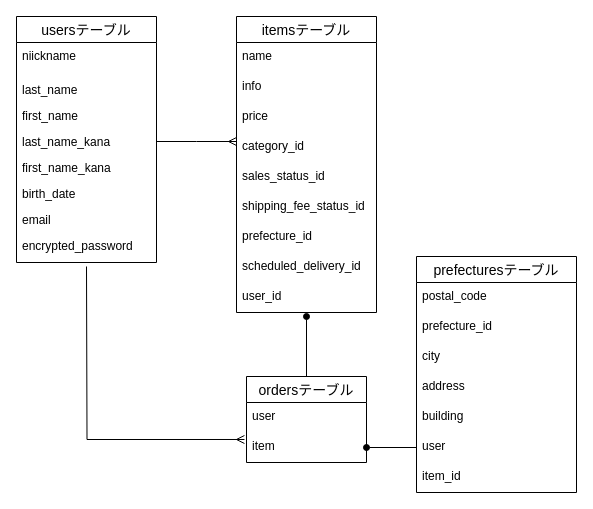
kim-shun/furima-35524 keeps this draw.io diagram as furima.dio. Above is the earlier version. Source tidied: cells renumbered, new cells numbered last; positions are measured from the earlier drawing's top-left corner, leaving out a move shared by most shapes. Both pictures are drawn from the tidied source at 100%, with x=0, y=0 at pixel (16, 16).
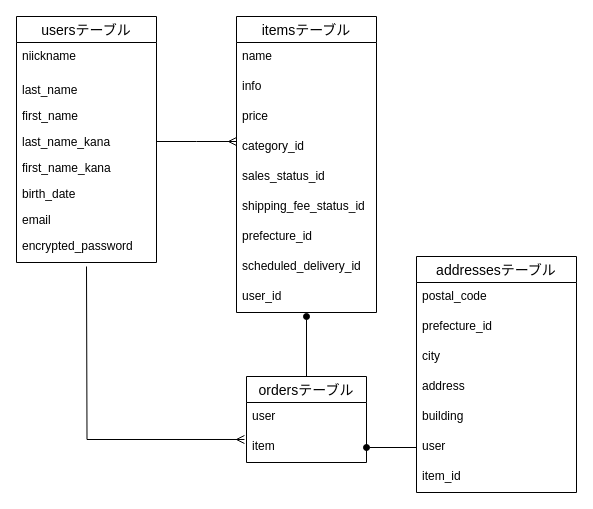
The same page after the edit.

Commit message (it also covers changes not shown here):
テーブル設計の変更

What changed in the source:
```diff
@@
-    <mxCell id="25" value="prefecturesテーブル" style="swimlane;fontStyle=0;horizontal=1;startSize=26;align=center;fontSize=14;" parent="1" vertex="1">
+    <mxCell id="25" value="addressesテーブル" style="swimlane;fontStyle=0;horizontal=1;startSize=26;align=center;fontSize=14;" parent="1" vertex="1">
       <mxGeometry x="400" y="240" width="160" height="236" as="geometry" />
     </mxCell>
```
